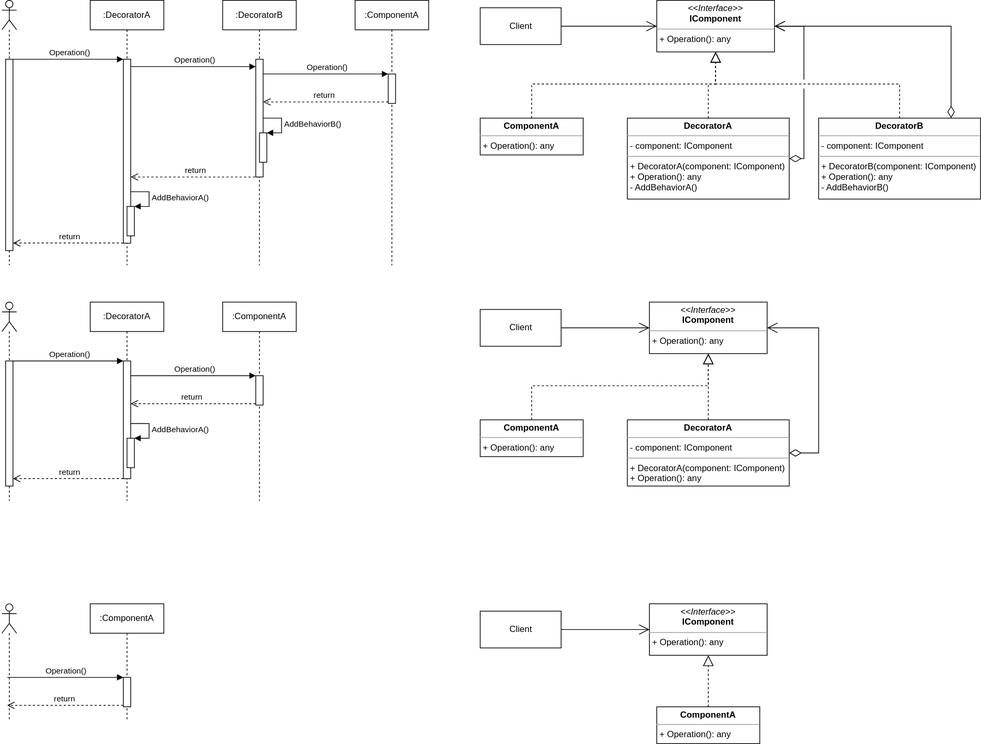
The draw.io diagram Diagrams/Decorator.svg in PacktPublishing/Architecting-ASP.NET-Core-Applications-3E, before a commit. Source tidied: cells renumbered, new cells last; positions are measured from the earlier drawing's top-left corner, leaving out a move shared by most shapes.
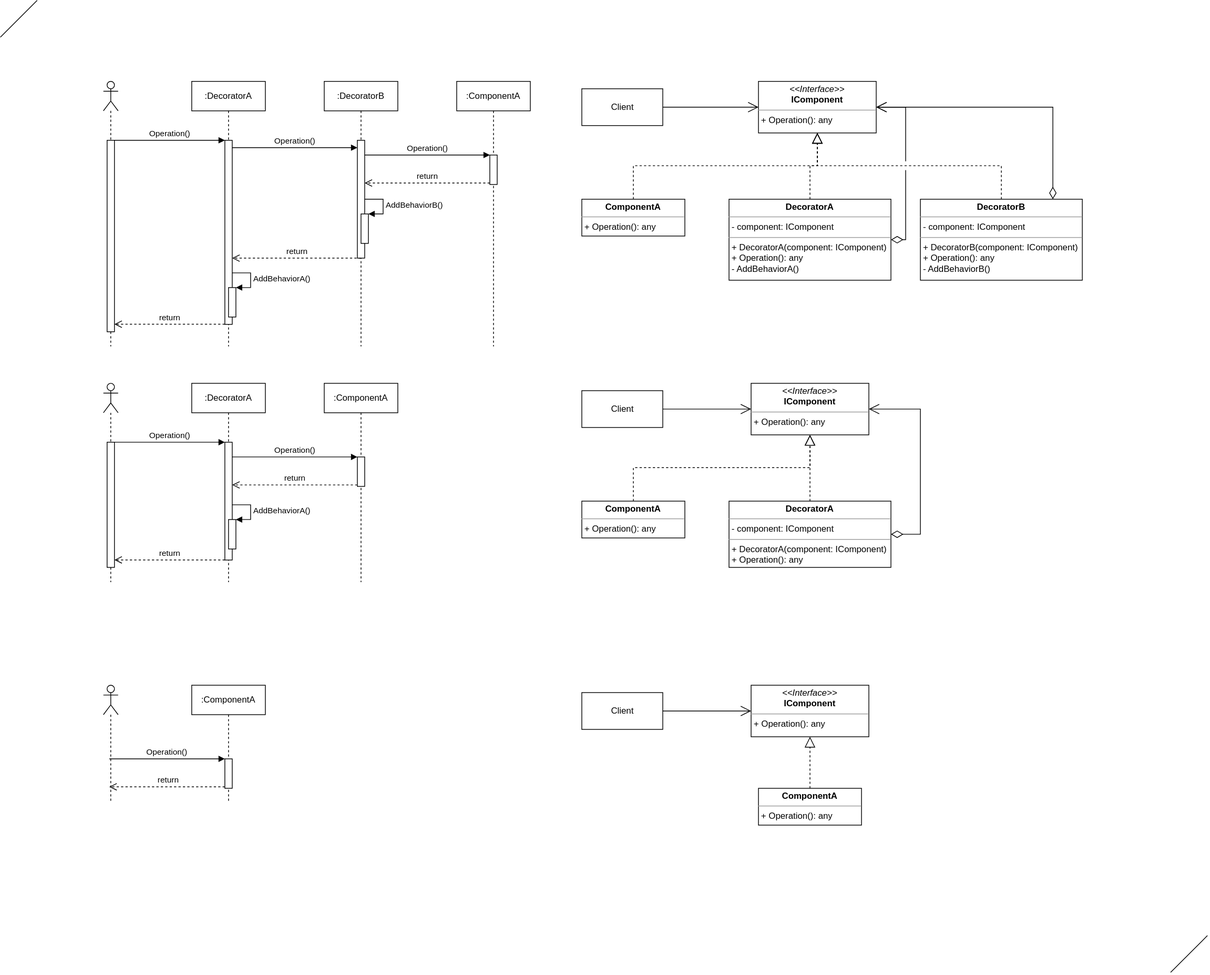
After the change.

Commit message:
Rerender the Decorator images

Change to the diagram source:
```diff
@@ -213,5 +213,17 @@
     <mxCell id="60" style="html=1;points=[];perimeter=orthogonalPerimeter;" parent="1" vertex="1">
       <mxGeometry x="5" y="490" width="10" height="170" as="geometry" />
     </mxCell>
+    <mxCell id="61" style="endArrow=none;html=1;" parent="1" edge="1">
+      <mxGeometry relative="1" as="geometry">
+        <mxPoint x="-140" y="-60" as="sourcePoint" />
+        <mxPoint x="-90" y="-110" as="targetPoint" />
+      </mxGeometry>
+    </mxCell>
+    <mxCell id="62" style="endArrow=none;html=1;" parent="1" edge="1">
+      <mxGeometry relative="1" as="geometry">
+        <mxPoint x="1450" y="1210" as="sourcePoint" />
+        <mxPoint x="1500" y="1160" as="targetPoint" />
+      </mxGeometry>
+    </mxCell>
   </root>
 </mxGraphModel>
```
